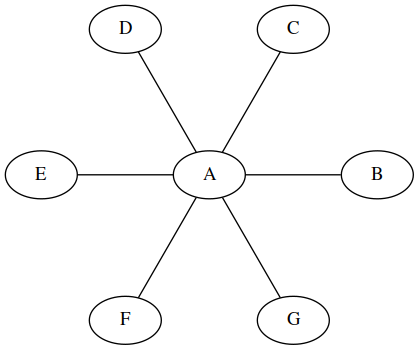
The Graphviz diagram Software/GraphViz/diagram002.png in testitquickly/bystro.linux, before a commit. Its source is kept beside it as Software/GraphViz/diagram002.dot.
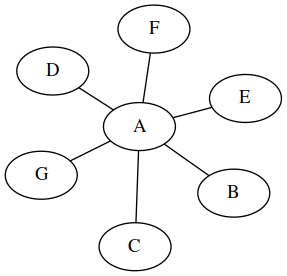
Later version of the same file.

Commit message:
GraphViz — исправил ошибки в диаграммах

Change to the diagram source:
```diff
@@ -1,5 +1,5 @@
 graph G {
-	layout=circo;
+	layout=fdp;
 
 	A -- B;
 	A -- C;
@@ -7,5 +7,4 @@
 	A -- E;
 	A -- F;
 	A -- G;
-
 }
```
